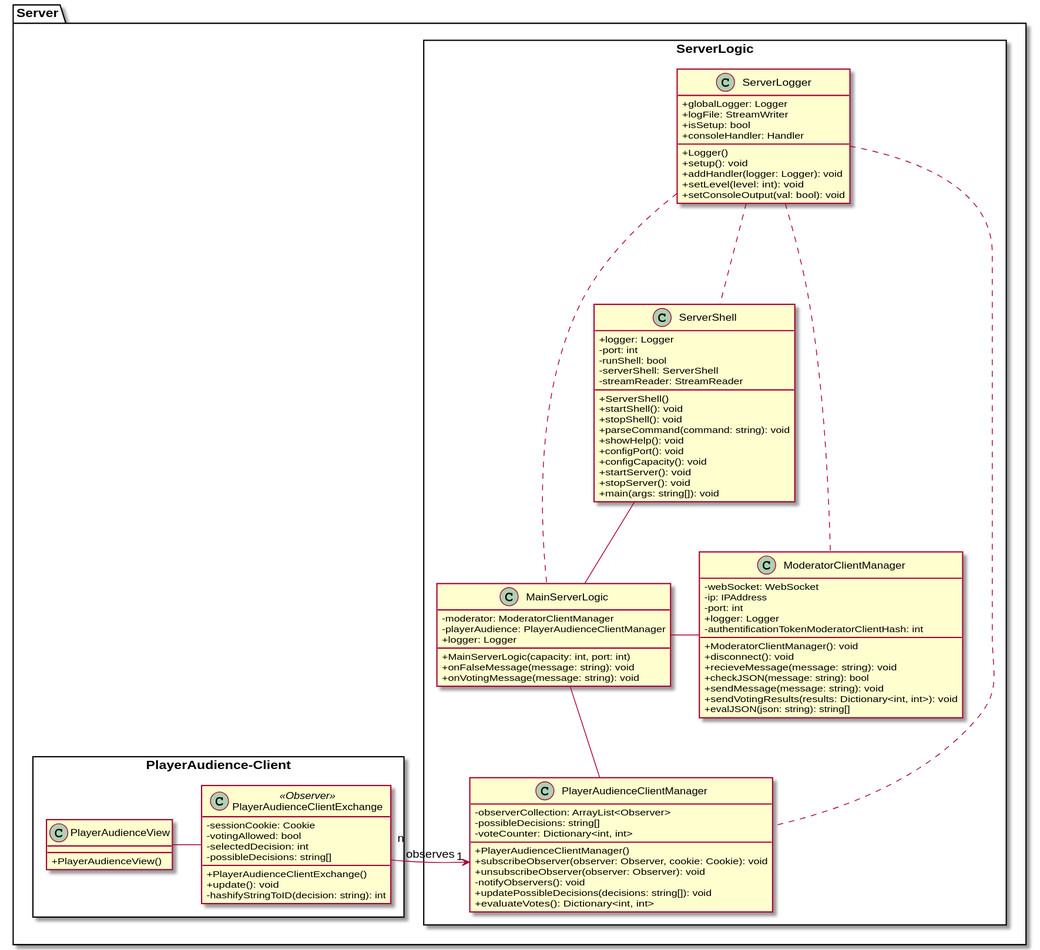
Earlier version of the PlantUML export Docs/Technical Specifications/docs/diagrams/ClassDiagrams/ServerClassDiagram.svg (Brotenko/QualityQuest). The source it was exported from:
```plantuml
@startuml
skinparam classAttributeIconSize 0

package "Server" {


  package "ServerLogic" <<Rectangle>>{
    class "ServerShell" as ss {
      {field} +logger: Logger
      {field} -port: int
      {field} -runShell: bool
      {field} -serverShell: ServerShell
      {field} -streamReader: StreamReader
      {method} +ServerShell()
      {method} +startShell(): void
      {method} +stopShell(): void
      {method} +parseCommand(command: string): void
      {method} +showHelp(): void
      {method} +configPort(): void
      {method} +configCapacity(): void
      {method} +startServer(): void
      {method} +stopServer(): void
      {method} +main(args: string[]): void
    }

    class "ModeratorClientManager" as cm {
      {field} -webSocket: WebSocket
      {field} -ip: IPAddress
      {field} -port: int
      {field} +logger: Logger
      {field} -authentificationTokenModeratorClientHash: int
      {method} +ModeratorClientManager(): void
      {method} +disconnect(): void
      {method} +recieveMessage(message: string): void
      {method} +checkJSON(message: string): bool
      {method} +sendMessage(message: string): void
      {method} +sendVotingResults(results: Dictionary<int, int>): void
      {method} +evalJSON(json: string): string[]

    }

    class "MainServerLogic" as msl {
      {field} -moderator: ModeratorClientManager
      {field} -playerAudience: PlayerAudienceClientManager
      {field} +logger: Logger
      {method} +MainServerLogic(capacity: int, port: int)
      {method} +onFalseMessage(message: string): void
      {method} +onVotingMessage(message: string): void

    }

    class "PlayerAudienceClientManager" as api {
        {field} -observerCollection: ArrayList<Observer>
        {field} -possibleDecisions: string[]
        {field} -voteCounter: Dictionary<int, int>
        {method} +PlayerAudienceClientManager()
        {method} +subscribeObserver(observer: Observer, cookie: Cookie): void
        {method} +unsubscribeObserver(observer: Observer): void
        {method} -notifyObservers(): void
        {method} +updatePossibleDecisions(decisions: string[]): void
        {method} +evaluateVotes(): Dictionary<int, int>
  }

    class "ServerLogger" as sl {
      {field} +globalLogger: Logger
      {field} +logFile: StreamWriter
      {field} +isSetup: bool
      {field} +consoleHandler: Handler
      {method} +Logger()
      {method} +setup(): void
      {method} +addHandler(logger: Logger): void
      {method} +setLevel(level: int): void
      {method} +setConsoleOutput(val: bool): void
    }
  }
  package "PlayerAudience-Client" <<Rectangle>>{
    class "PlayerAudienceClientExchange" as pace <<Observer>>{
      {field} -sessionCookie: Cookie
      {field} -votingAllowed: bool
      {field} -selectedDecision: int
      {field} -possibleDecisions: string[]
      {method} +PlayerAudienceClientExchange()
      {method} +update(): void
      {method} -hashifyStringToID(decision: string): int
    }

    class "PlayerAudienceView" as pav {
      {method} +PlayerAudienceView()
    }
  }
  ss -- msl
  msl - cm
  msl -down- api
  sl ... cm
  sl ... msl
  sl ... api
  sl ... ss
  pace -left- pav
  api "1" <-right- "n" pace : observes
}
@enduml
```
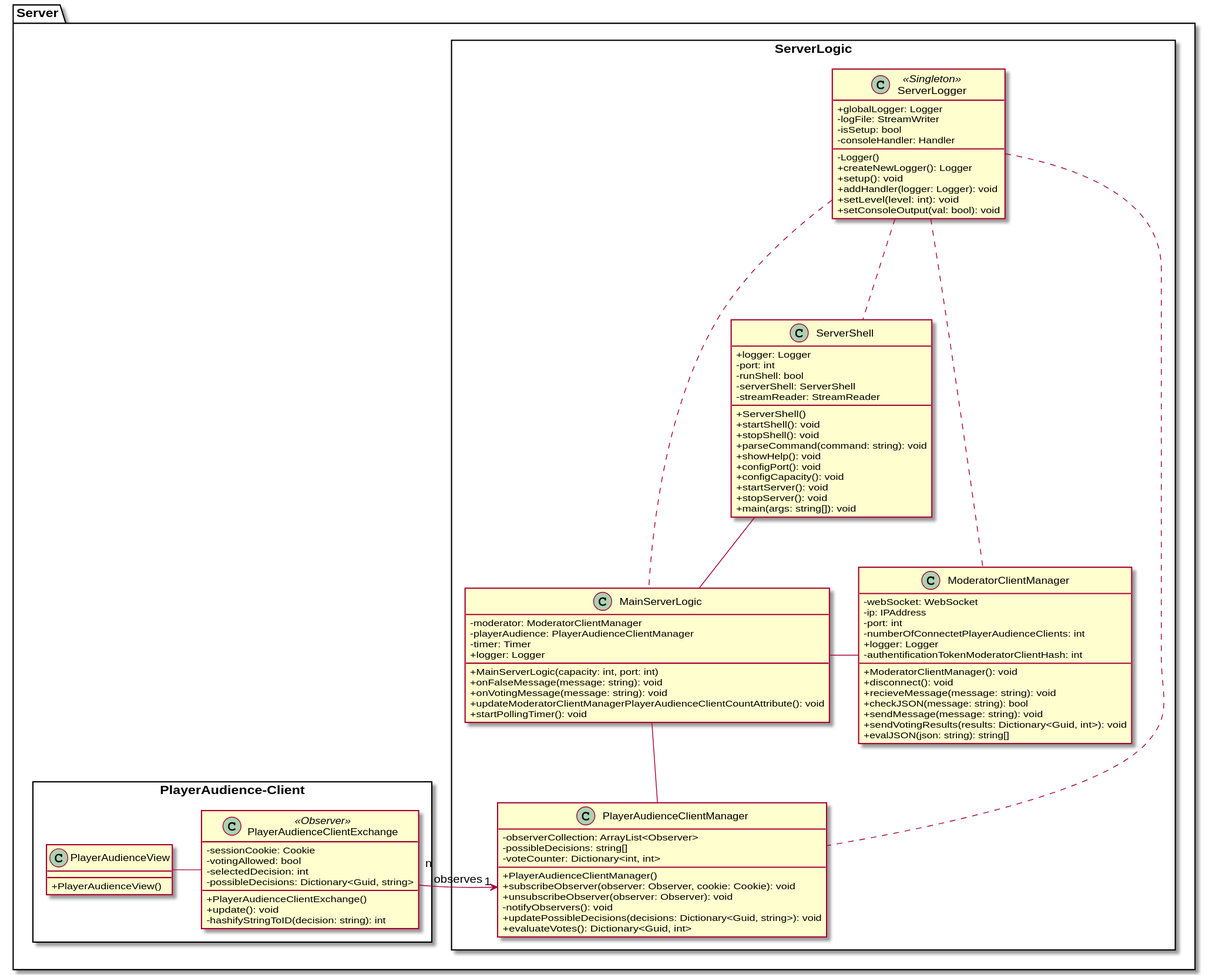
After the commit.

Commit message:
optimized Class Diagramm

What changed in the source:
```diff
@@ -27,6 +27,7 @@
       {field} -webSocket: WebSocket
       {field} -ip: IPAddress
       {field} -port: int
+      {field} -numberOfConnectetPlayerAudienceClients: int
       {field} +logger: Logger
       {field} -authentificationTokenModeratorClientHash: int
       {method} +ModeratorClientManager(): void
@@ -34,7 +35,7 @@
       {method} +recieveMessage(message: string): void
       {method} +checkJSON(message: string): bool
       {method} +sendMessage(message: string): void
-      {method} +sendVotingResults(results: Dictionary<int, int>): void
+      {method} +sendVotingResults(results: Dictionary<Guid, int>): void
       {method} +evalJSON(json: string): string[]
 
     }
@@ -42,11 +43,13 @@
     class "MainServerLogic" as msl {
       {field} -moderator: ModeratorClientManager
       {field} -playerAudience: PlayerAudienceClientManager
+      {field} -timer: Timer
       {field} +logger: Logger
       {method} +MainServerLogic(capacity: int, port: int)
       {method} +onFalseMessage(message: string): void
       {method} +onVotingMessage(message: string): void
-
+      {method} +updateModeratorClientManagerPlayerAudienceClientCountAttribute(): void
+      {method} +startPollingTimer(): void
     }
 
     class "PlayerAudienceClientManager" as api {
@@ -57,16 +60,17 @@
         {method} +subscribeObserver(observer: Observer, cookie: Cookie): void
         {method} +unsubscribeObserver(observer: Observer): void
         {method} -notifyObservers(): void
-        {method} +updatePossibleDecisions(decisions: string[]): void
-        {method} +evaluateVotes(): Dictionary<int, int>
+        {method} +updatePossibleDecisions(decisions: Dictionary<Guid, string>): void
+        {method} +evaluateVotes(): Dictionary<Guid, int>
   }
 
-    class "ServerLogger" as sl {
+    class "ServerLogger" as sl <<Singleton>> {
       {field} +globalLogger: Logger
-      {field} +logFile: StreamWriter
-      {field} +isSetup: bool
-      {field} +consoleHandler: Handler
-      {method} +Logger()
+      {field} -logFile: StreamWriter
+      {field} -isSetup: bool
+      {field} -consoleHandler: Handler
+      {method} -Logger()
+      {method} +createNewLogger(): Logger
       {method} +setup(): void
       {method} +addHandler(logger: Logger): void
       {method} +setLevel(level: int): void
@@ -78,7 +82,7 @@
       {field} -sessionCookie: Cookie
       {field} -votingAllowed: bool
       {field} -selectedDecision: int
-      {field} -possibleDecisions: string[]
+      {field} -possibleDecisions: Dictionary<Guid, string>
       {method} +PlayerAudienceClientExchange()
       {method} +update(): void
       {method} -hashifyStringToID(decision: string): int
```
